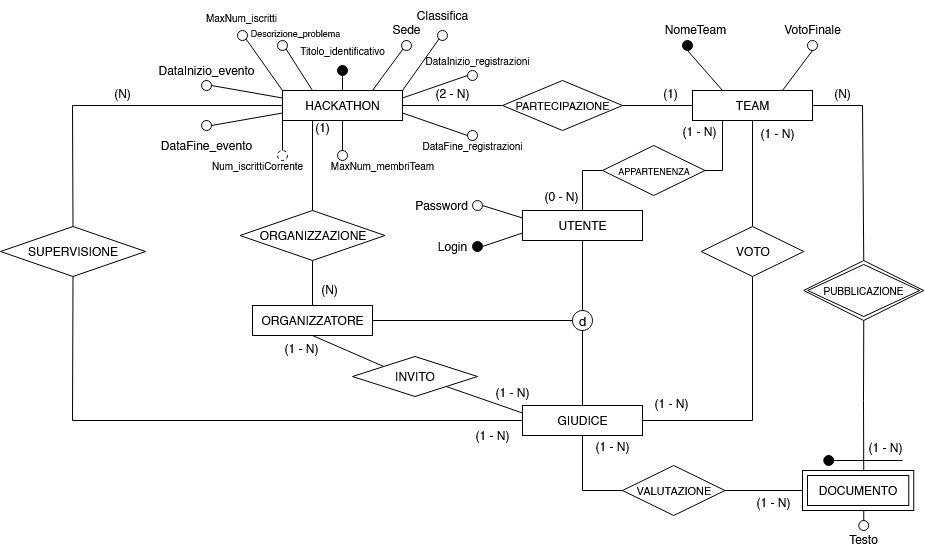
Above: Documentazione/Immagini/EERDiagram_Hackathon.png in RyoSpikes/ProgettoBasiDati2025 (draw.io), before the change. Source tidied: cells renumbered, new cells last; positions are measured from the earlier drawing's top-left corner, leaving out a move shared by most shapes.
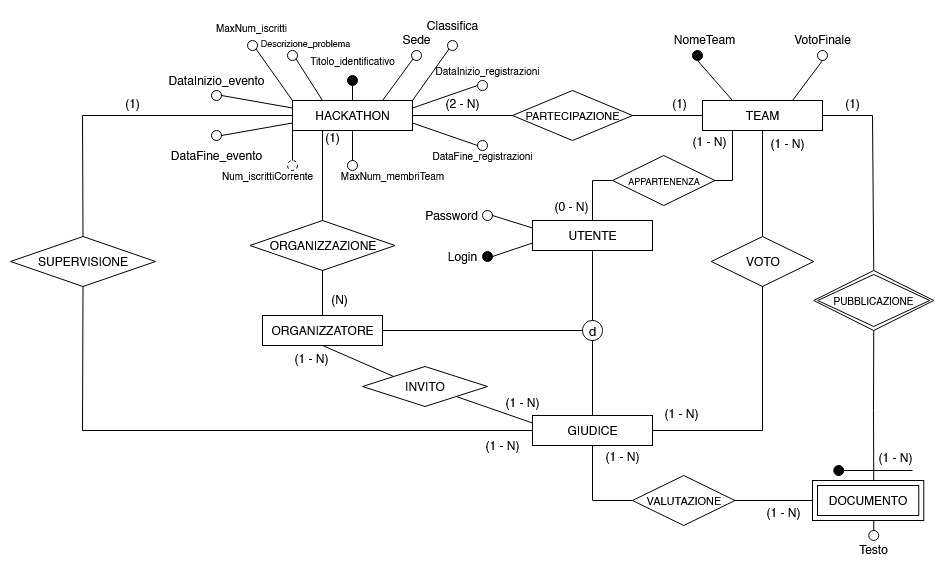
Above is the later version.

What changed in the source:
```diff
@@ -255,7 +255,7 @@
         <mxPoint x="833.2" y="460" as="targetPoint" />
       </mxGeometry>
     </mxCell>
-    <mxCell id="75" value="(N)" style="text;html=1;align=center;verticalAlign=middle;whiteSpace=wrap;rounded=0;" parent="1" vertex="1">
+    <mxCell id="75" value="(1)" style="text;html=1;align=center;verticalAlign=middle;whiteSpace=wrap;rounded=0;" parent="1" vertex="1">
       <mxGeometry x="92" y="80" width="60" height="26" as="geometry" />
     </mxCell>
     <mxCell id="76" value="(1 - N)" style="text;html=1;align=center;verticalAlign=middle;whiteSpace=wrap;rounded=0;" parent="1" vertex="1">
@@ -270,7 +270,7 @@
     <mxCell id="79" value="(1 - N)" style="text;html=1;align=center;verticalAlign=middle;whiteSpace=wrap;rounded=0;" parent="1" vertex="1">
       <mxGeometry x="854.5" y="434" width="60" height="26" as="geometry" />
     </mxCell>
-    <mxCell id="80" value="(N)" style="text;html=1;align=center;verticalAlign=middle;whiteSpace=wrap;rounded=0;" parent="1" vertex="1">
+    <mxCell id="80" value="(1)" style="text;html=1;align=center;verticalAlign=middle;whiteSpace=wrap;rounded=0;" parent="1" vertex="1">
       <mxGeometry x="812" y="80" width="60" height="26" as="geometry" />
     </mxCell>
     <mxCell id="81" value="(1 - N)" style="text;html=1;align=center;verticalAlign=middle;whiteSpace=wrap;rounded=0;" parent="1" vertex="1">
```
